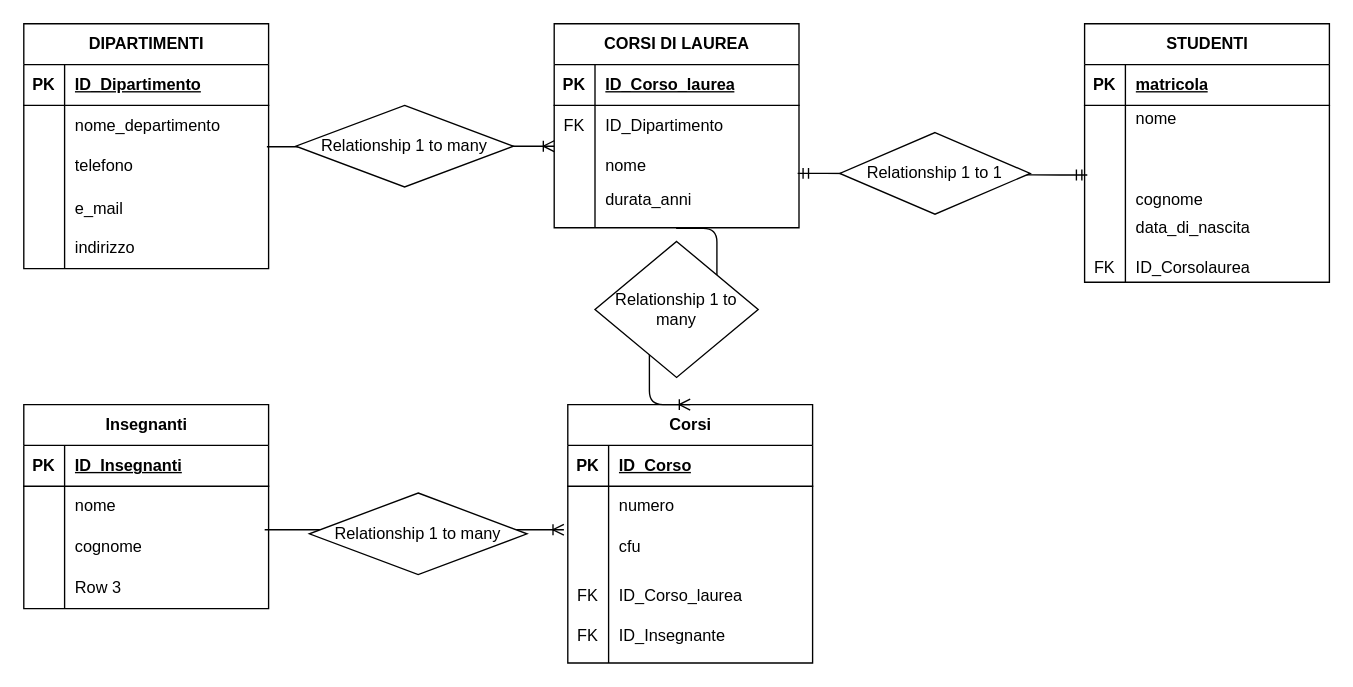
angelostori/db-university keeps this draw.io diagram as schema.dio. Above is the earlier version. Source tidied: cells renumbered, new cells numbered last; positions are measured from the earlier drawing's top-left corner, leaving out a move shared by most shapes. Both pictures are drawn from the tidied source at 136%, with x=0, y=0 at pixel (23, 23).
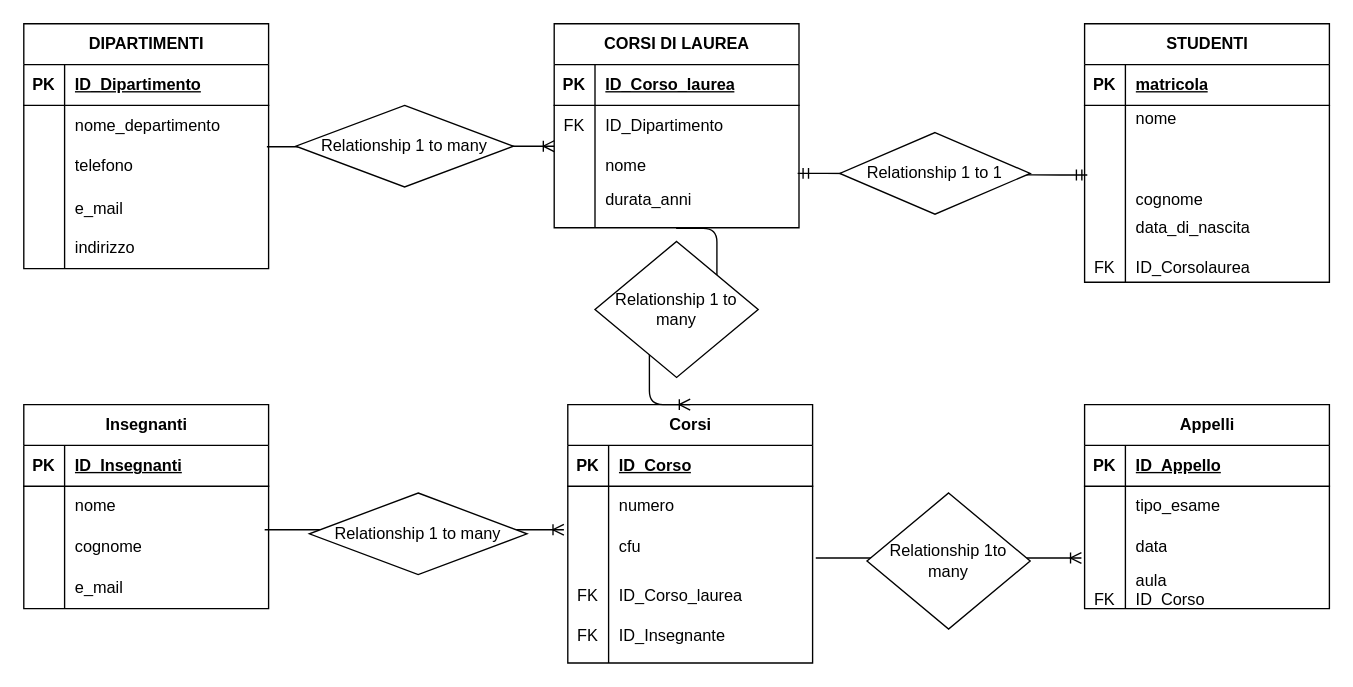
The same page after the edit.

Commit message:
Add Appelli table and relationships to the schema

Unchanged cells that the change refers to:
```xml
<mxCell id="54" style="shape=tableRow;horizontal=0;startSize=0;swimlaneHead=0;swimlaneBody=0;fillColor=none;points=[[0,0.5],[1,0.5]];portConstraint=eastwest;top=0;left=0;right=0;bottom=0;" parent="47" vertex="1">
  <mxGeometry y="90" width="180" height="30" as="geometry" />
</mxCell>
<mxCell id="72" style="shape=tableRow;horizontal=0;startSize=0;swimlaneHead=0;swimlaneBody=0;fillColor=none;top=0;left=0;right=0;bottom=0;" parent="62" vertex="1">
  <mxGeometry y="120" width="180" height="30" as="geometry" />
</mxCell>
```

The edit, as a diff of the source:
```diff
@@
-    <mxCell id="74" value="Row 3" style="shape=partialRectangle;fillColor=none;top=0;left=0;bottom=0;right=0;align=left;spacingLeft=6;overflow=hidden;whiteSpace=wrap;html=1;" parent="72" vertex="1">
+    <mxCell id="74" value="e_mail" style="shape=partialRectangle;fillColor=none;top=0;left=0;bottom=0;right=0;align=left;spacingLeft=6;overflow=hidden;whiteSpace=wrap;html=1;" parent="72" vertex="1">
       <mxGeometry x="30" width="150" height="30" as="geometry" />
     </mxCell>
@@
+    <mxCell id="77" value="Appelli" style="shape=table;startSize=30;childLayout=tableLayout;rowLines=0;fontStyle=1;align=center;html=1;" parent="1" vertex="1">
+      <mxGeometry x="780" y="280" width="180" height="150" as="geometry" />
+    </mxCell>
+    <mxCell id="78" style="shape=tableRow;horizontal=0;startSize=0;swimlaneHead=0;swimlaneBody=0;fillColor=none;top=0;left=0;right=0;bottom=1;" parent="77" vertex="1">
+      <mxGeometry y="30" width="180" height="30" as="geometry" />
+    </mxCell>
+    <mxCell id="79" value="PK" style="shape=partialRectangle;fillColor=none;top=0;left=0;bottom=0;right=0;fontStyle=1;overflow=hidden;whiteSpace=wrap;html=1;" parent="78" vertex="1">
+      <mxGeometry width="30" height="30" as="geometry" />
+    </mxCell>
+    <mxCell id="80" value="ID_Appello" style="shape=partialRectangle;fillColor=none;top=0;left=0;bottom=0;right=0;align=left;spacingLeft=6;fontStyle=5;overflow=hidden;whiteSpace=wrap;html=1;" parent="78" vertex="1">
+      <mxGeometry x="30" width="150" height="30" as="geometry" />
+    </mxCell>
+    <mxCell id="81" style="shape=tableRow;horizontal=0;startSize=0;swimlaneHead=0;swimlaneBody=0;fillColor=none;top=0;left=0;right=0;bottom=0;" parent="77" vertex="1">
+      <mxGeometry y="60" width="180" height="30" as="geometry" />
+    </mxCell>
+    <mxCell id="82" style="shape=partialRectangle;fillColor=none;top=0;left=0;bottom=0;right=0;overflow=hidden;whiteSpace=wrap;html=1;" parent="81" vertex="1">
+      <mxGeometry width="30" height="30" as="geometry" />
+    </mxCell>
+    <mxCell id="83" value="tipo_esame" style="shape=partialRectangle;fillColor=none;top=0;left=0;bottom=0;right=0;align=left;spacingLeft=6;overflow=hidden;whiteSpace=wrap;html=1;" parent="81" vertex="1">
+      <mxGeometry x="30" width="150" height="30" as="geometry" />
+    </mxCell>
+    <mxCell id="84" style="shape=tableRow;horizontal=0;startSize=0;swimlaneHead=0;swimlaneBody=0;fillColor=none;points=[[0,0.5],[1,0.5]];portConstraint=eastwest;top=0;left=0;right=0;bottom=0;" parent="77" vertex="1">
+      <mxGeometry y="90" width="180" height="30" as="geometry" />
+    </mxCell>
+    <mxCell id="85" style="shape=partialRectangle;fillColor=none;top=0;left=0;bottom=0;right=0;overflow=hidden;whiteSpace=wrap;html=1;" parent="84" vertex="1">
+      <mxGeometry width="30" height="30" as="geometry" />
+    </mxCell>
+    <mxCell id="86" value="data" style="shape=partialRectangle;fillColor=none;top=0;left=0;bottom=0;right=0;align=left;spacingLeft=6;overflow=hidden;whiteSpace=wrap;html=1;" parent="84" vertex="1">
+      <mxGeometry x="30" width="150" height="30" as="geometry" />
+    </mxCell>
+    <mxCell id="87" style="shape=tableRow;horizontal=0;startSize=0;swimlaneHead=0;swimlaneBody=0;fillColor=none;top=0;left=0;right=0;bottom=0;" parent="77" vertex="1">
+      <mxGeometry y="120" width="180" height="30" as="geometry" />
+    </mxCell>
+    <mxCell id="88" value="&lt;div&gt;&lt;br&gt;&lt;/div&gt;FK" style="shape=partialRectangle;fillColor=none;top=0;left=0;bottom=0;right=0;overflow=hidden;whiteSpace=wrap;html=1;" parent="87" vertex="1">
+      <mxGeometry width="30" height="30" as="geometry" />
+    </mxCell>
+    <mxCell id="89" value="aula&lt;div&gt;ID_Corso&lt;/div&gt;" style="shape=partialRectangle;fillColor=none;top=0;left=0;bottom=0;right=0;align=left;spacingLeft=6;overflow=hidden;whiteSpace=wrap;html=1;" parent="87" vertex="1">
+      <mxGeometry x="30" width="150" height="30" as="geometry" />
+    </mxCell>
+    <mxCell id="90" style="edgeStyle=entityRelationEdgeStyle;fontSize=12;html=1;endArrow=ERoneToMany;exitX=1.013;exitY=0.76;exitDx=0;exitDy=0;exitPerimeter=0;entryX=-0.013;entryY=0.76;entryDx=0;entryDy=0;entryPerimeter=0;" parent="1" edge="1" source="54" target="84">
+      <mxGeometry relative="1" as="geometry">
+        <Array as="points">
+          <mxPoint x="660" y="-530" />
+          <mxPoint x="660" y="320" />
+        </Array>
+      </mxGeometry>
+    </mxCell>
+    <mxCell id="91" value="Relationship 1to many" style="shape=rhombus;perimeter=rhombusPerimeter;whiteSpace=wrap;html=1;align=center;" parent="1" vertex="1">
+      <mxGeometry x="620" y="345" width="120" height="100" as="geometry" />
+    </mxCell>
```
